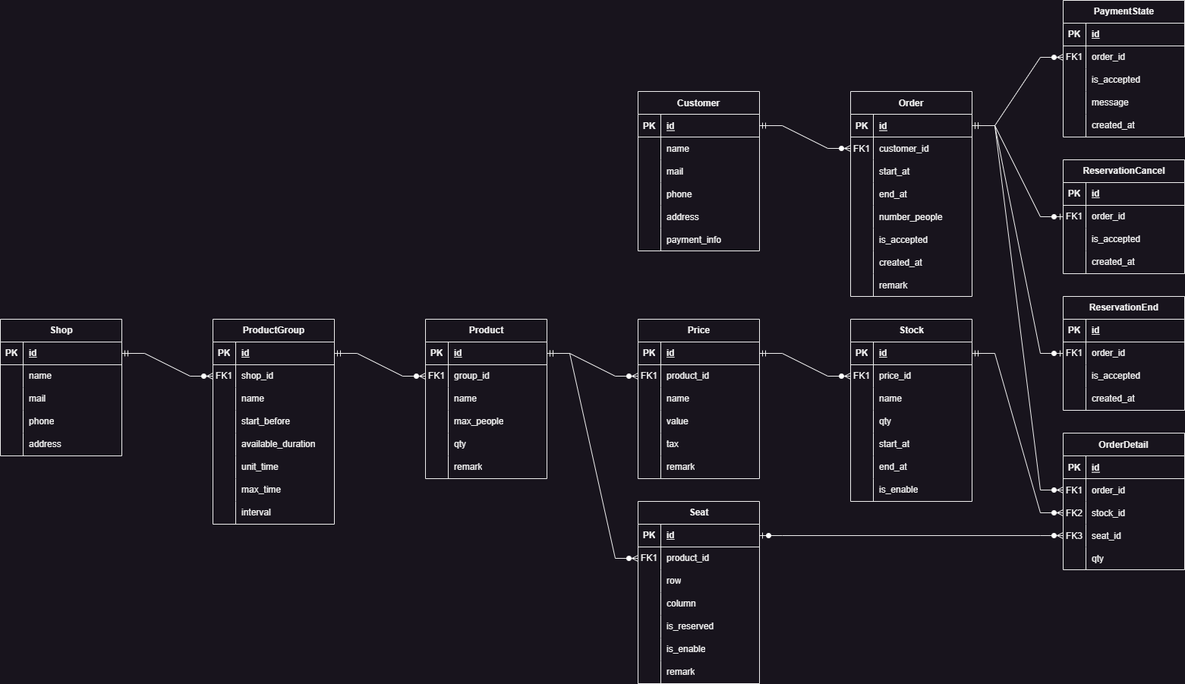
The draw.io diagram doc/ER.drawio.png in omusobadon/Go_APIServer, before a commit. Source tidied: cells renumbered, new cells last; positions are measured from the earlier drawing's top-left corner, leaving out a move shared by most shapes.
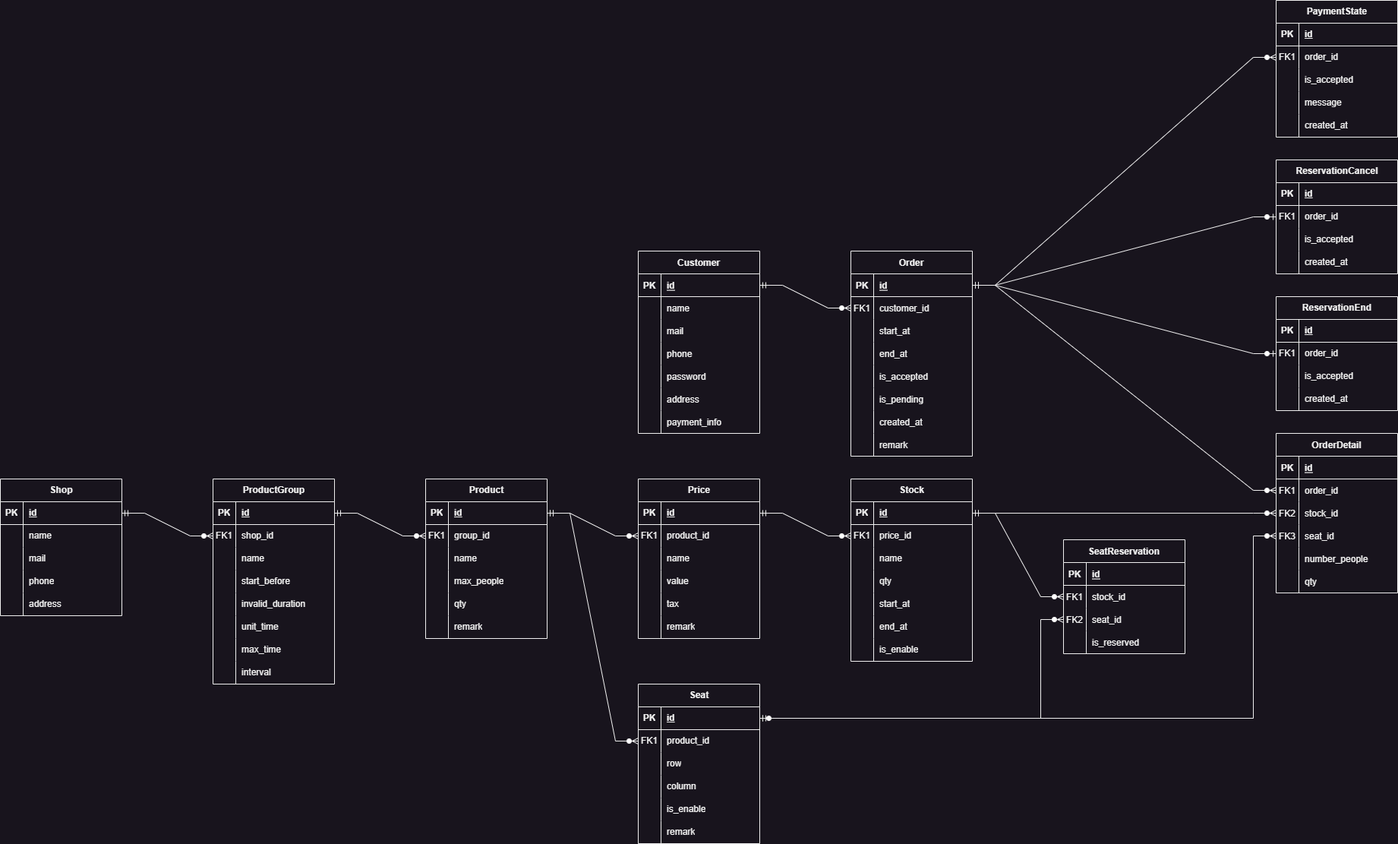
The same file after the commit.

Diff of the diagram source:
```diff
@@ -41,17 +41,8 @@
     <mxCell id="14" value="end_at" style="shape=partialRectangle;overflow=hidden;fillColor=none;top=0;left=0;bottom=0;right=0;align=left;spacingLeft=6;" parent="12" vertex="1">
       <mxGeometry x="30" width="130" height="30" as="geometry" />
     </mxCell>
-    <mxCell id="15" style="shape=partialRectangle;fillColor=none;top=0;left=0;right=0;bottom=0;" parent="2" vertex="1">
-      <mxGeometry y="150" width="160" height="30" as="geometry" />
-    </mxCell>
-    <mxCell id="16" style="shape=partialRectangle;overflow=hidden;fillColor=none;top=0;left=0;bottom=0;right=0;" parent="15" vertex="1">
-      <mxGeometry width="30" height="30" as="geometry" />
-    </mxCell>
-    <mxCell id="17" value="number_people" style="shape=partialRectangle;overflow=hidden;fillColor=none;top=0;left=0;bottom=0;right=0;align=left;spacingLeft=6;" parent="15" vertex="1">
-      <mxGeometry x="30" width="130" height="30" as="geometry" />
-    </mxCell>
     <mxCell id="18" style="shape=partialRectangle;fillColor=none;top=0;left=0;right=0;bottom=0;" parent="2" vertex="1">
-      <mxGeometry y="180" width="160" height="30" as="geometry" />
+      <mxGeometry y="150" width="160" height="30" as="geometry" />
     </mxCell>
     <mxCell id="19" style="shape=partialRectangle;overflow=hidden;fillColor=none;top=0;left=0;bottom=0;right=0;" parent="18" vertex="1">
       <mxGeometry width="30" height="30" as="geometry" />
@@ -59,6 +50,15 @@
     <mxCell id="20" value="is_accepted" style="shape=partialRectangle;overflow=hidden;fillColor=none;top=0;left=0;bottom=0;right=0;align=left;spacingLeft=6;" parent="18" vertex="1">
       <mxGeometry x="30" width="130" height="30" as="geometry" />
     </mxCell>
+    <mxCell id="239" style="shape=partialRectangle;fillColor=none;top=0;left=0;right=0;bottom=0;" parent="2" vertex="1">
+      <mxGeometry y="180" width="160" height="30" as="geometry" />
+    </mxCell>
+    <mxCell id="240" style="shape=partialRectangle;overflow=hidden;fillColor=none;top=0;left=0;bottom=0;right=0;" parent="239" vertex="1">
+      <mxGeometry width="30" height="30" as="geometry" />
+    </mxCell>
+    <mxCell id="241" value="is_pending" style="shape=partialRectangle;overflow=hidden;fillColor=none;top=0;left=0;bottom=0;right=0;align=left;spacingLeft=6;" parent="239" vertex="1">
+      <mxGeometry x="30" width="130" height="30" as="geometry" />
+    </mxCell>
     <mxCell id="21" style="shape=partialRectangle;fillColor=none;top=0;left=0;right=0;bottom=0;" parent="2" vertex="1">
       <mxGeometry y="210" width="160" height="30" as="geometry" />
     </mxCell>
@@ -78,7 +78,7 @@
       <mxGeometry x="30" width="130" height="30" as="geometry" />
     </mxCell>
     <mxCell id="27" value="Customer" style="shape=table;startSize=30;rowLines=0;fontStyle=1;align=center;" parent="1" vertex="1">
-      <mxGeometry x="840" y="120" width="160" height="210" as="geometry" />
+      <mxGeometry x="840" y="120" width="160" height="240" as="geometry" />
     </mxCell>
     <mxCell id="28" style="shape=partialRectangle;fillColor=none;points=[[0,0.5],[1,0.5]];portConstraint=eastwest;top=0;left=0;right=0;bottom=1;" parent="27" vertex="1">
       <mxGeometry y="30" width="160" height="30" as="geometry" />
@@ -116,8 +116,17 @@
     <mxCell id="39" value="phone" style="shape=partialRectangle;overflow=hidden;fillColor=none;top=0;left=0;bottom=0;right=0;align=left;spacingLeft=6;" parent="37" vertex="1">
       <mxGeometry x="30" width="130" height="30" as="geometry" />
     </mxCell>
+    <mxCell id="242" style="shape=partialRectangle;fillColor=none;top=0;left=0;right=0;bottom=0;" parent="27" vertex="1">
+      <mxGeometry y="150" width="160" height="30" as="geometry" />
+    </mxCell>
+    <mxCell id="243" style="shape=partialRectangle;overflow=hidden;fillColor=none;top=0;left=0;bottom=0;right=0;" parent="242" vertex="1">
+      <mxGeometry width="30" height="30" as="geometry" />
+    </mxCell>
+    <mxCell id="244" value="password" style="shape=partialRectangle;overflow=hidden;fillColor=none;top=0;left=0;bottom=0;right=0;align=left;spacingLeft=6;" parent="242" vertex="1">
+      <mxGeometry x="30" width="130" height="30" as="geometry" />
+    </mxCell>
     <mxCell id="40" style="shape=partialRectangle;fillColor=none;top=0;left=0;right=0;bottom=0;" parent="27" vertex="1">
-      <mxGeometry y="150" width="160" height="30" as="geometry" />
+      <mxGeometry y="180" width="160" height="30" as="geometry" />
     </mxCell>
     <mxCell id="41" style="shape=partialRectangle;overflow=hidden;fillColor=none;top=0;left=0;bottom=0;right=0;" parent="40" vertex="1">
       <mxGeometry width="30" height="30" as="geometry" />
@@ -126,7 +135,7 @@
       <mxGeometry x="30" width="130" height="30" as="geometry" />
     </mxCell>
     <mxCell id="43" style="shape=partialRectangle;fillColor=none;top=0;left=0;right=0;bottom=0;" parent="27" vertex="1">
-      <mxGeometry y="180" width="160" height="30" as="geometry" />
+      <mxGeometry y="210" width="160" height="30" as="geometry" />
     </mxCell>
     <mxCell id="44" style="shape=partialRectangle;overflow=hidden;fillColor=none;top=0;left=0;bottom=0;right=0;" parent="43" vertex="1">
       <mxGeometry width="30" height="30" as="geometry" />
@@ -236,7 +245,7 @@
     <mxCell id="79" style="shape=partialRectangle;fillColor=none;top=0;left=0;bottom=0;right=0;overflow=hidden;whiteSpace=wrap;html=1;" parent="78" vertex="1">
       <mxGeometry width="30" height="30" as="geometry" />
     </mxCell>
-    <mxCell id="80" value="available_duration" style="shape=partialRectangle;fillColor=none;top=0;left=0;bottom=0;right=0;align=left;spacingLeft=6;overflow=hidden;whiteSpace=wrap;html=1;" parent="78" vertex="1">
+    <mxCell id="80" value="invalid_duration" style="shape=partialRectangle;fillColor=none;top=0;left=0;bottom=0;right=0;align=left;spacingLeft=6;overflow=hidden;whiteSpace=wrap;html=1;" parent="78" vertex="1">
       <mxGeometry x="30" width="130" height="30" as="geometry" />
     </mxCell>
     <mxCell id="81" style="shape=tableRow;horizontal=0;startSize=0;swimlaneHead=0;swimlaneBody=0;fillColor=none;top=0;left=0;right=0;bottom=0;" parent="65" vertex="1">
@@ -267,7 +276,7 @@
       <mxGeometry x="30" width="130" height="30" as="geometry" />
     </mxCell>
     <mxCell id="90" value="Seat" style="shape=table;startSize=30;rowLines=0;fontStyle=1;align=center;html=1;" parent="1" vertex="1">
-      <mxGeometry x="840" y="660" width="160" height="240" as="geometry" />
+      <mxGeometry x="840" y="690" width="160" height="210" as="geometry" />
     </mxCell>
     <mxCell id="91" style="shape=tableRow;horizontal=0;startSize=0;swimlaneHead=0;swimlaneBody=0;fillColor=none;points=[[0,0.5],[1,0.5]];portConstraint=eastwest;top=0;left=0;right=0;bottom=1;" parent="90" vertex="1">
       <mxGeometry y="30" width="160" height="30" as="geometry" />
@@ -305,17 +314,8 @@
     <mxCell id="102" value="column" style="shape=partialRectangle;fillColor=none;top=0;left=0;bottom=0;right=0;align=left;spacingLeft=6;overflow=hidden;whiteSpace=wrap;html=1;" parent="100" vertex="1">
       <mxGeometry x="30" width="130" height="30" as="geometry" />
     </mxCell>
-    <mxCell id="103" style="shape=tableRow;horizontal=0;startSize=0;swimlaneHead=0;swimlaneBody=0;fillColor=none;top=0;left=0;right=0;bottom=0;" parent="90" vertex="1">
-      <mxGeometry y="150" width="160" height="30" as="geometry" />
-    </mxCell>
-    <mxCell id="104" style="shape=partialRectangle;fillColor=none;top=0;left=0;bottom=0;right=0;overflow=hidden;whiteSpace=wrap;html=1;" parent="103" vertex="1">
-      <mxGeometry width="30" height="30" as="geometry" />
-    </mxCell>
-    <mxCell id="105" value="is_reserved" style="shape=partialRectangle;fillColor=none;top=0;left=0;bottom=0;right=0;align=left;spacingLeft=6;overflow=hidden;whiteSpace=wrap;html=1;" parent="103" vertex="1">
-      <mxGeometry x="30" width="130" height="30" as="geometry" />
-    </mxCell>
     <mxCell id="106" style="shape=tableRow;horizontal=0;startSize=0;swimlaneHead=0;swimlaneBody=0;fillColor=none;top=0;left=0;right=0;bottom=0;" parent="90" vertex="1">
-      <mxGeometry y="180" width="160" height="30" as="geometry" />
+      <mxGeometry y="150" width="160" height="30" as="geometry" />
     </mxCell>
     <mxCell id="107" style="shape=partialRectangle;fillColor=none;top=0;left=0;bottom=0;right=0;overflow=hidden;whiteSpace=wrap;html=1;" parent="106" vertex="1">
       <mxGeometry width="30" height="30" as="geometry" />
@@ -324,7 +324,7 @@
       <mxGeometry x="30" width="130" height="30" as="geometry" />
     </mxCell>
     <mxCell id="109" style="shape=tableRow;horizontal=0;startSize=0;swimlaneHead=0;swimlaneBody=0;fillColor=none;top=0;left=0;right=0;bottom=0;" parent="90" vertex="1">
-      <mxGeometry y="210" width="160" height="30" as="geometry" />
+      <mxGeometry y="180" width="160" height="30" as="geometry" />
     </mxCell>
     <mxCell id="110" style="shape=partialRectangle;fillColor=none;top=0;left=0;bottom=0;right=0;overflow=hidden;whiteSpace=wrap;html=1;" parent="109" vertex="1">
       <mxGeometry width="30" height="30" as="geometry" />
@@ -410,8 +410,13 @@
     <mxCell id="137" style="edgeStyle=entityRelationEdgeStyle;fontSize=12;html=1;endArrow=ERzeroToMany;startArrow=ERmandOne;rounded=0;exitX=1;exitY=0.5;exitDx=0;exitDy=0;entryX=0;entryY=0.5;entryDx=0;entryDy=0;" parent="1" edge="1" source="113" target="182">
       <mxGeometry relative="1" as="geometry" />
     </mxCell>
-    <mxCell id="138" style="edgeStyle=entityRelationEdgeStyle;fontSize=12;html=1;endArrow=ERzeroToMany;startArrow=ERzeroToOne;rounded=0;exitX=1;exitY=0.5;exitDx=0;exitDy=0;entryX=0;entryY=0.5;entryDx=0;entryDy=0;" parent="1" edge="1" source="91" target="185">
-      <mxGeometry relative="1" as="geometry" />
+    <mxCell id="138" style="edgeStyle=orthogonalEdgeStyle;fontSize=12;html=1;endArrow=ERzeroToMany;startArrow=ERzeroToOne;rounded=0;exitX=1;exitY=0.5;exitDx=0;exitDy=0;entryX=0;entryY=0.5;entryDx=0;entryDy=0;" parent="1" edge="1" source="91" target="185">
+      <mxGeometry relative="1" as="geometry">
+        <Array as="points">
+          <mxPoint x="1650" y="735" />
+          <mxPoint x="1650" y="495" />
+        </Array>
+      </mxGeometry>
     </mxCell>
     <mxCell id="139" value="Price" style="shape=table;startSize=30;rowLines=0;fontStyle=1;align=center;html=1;" parent="1" vertex="1">
       <mxGeometry x="840" y="420" width="160" height="210" as="geometry" />
@@ -471,7 +476,7 @@
       <mxGeometry x="30" width="130" height="30" as="geometry" />
     </mxCell>
     <mxCell id="158" value="PaymentState" style="shape=table;startSize=30;rowLines=0;fontStyle=1;align=center;html=1;" parent="1" vertex="1">
-      <mxGeometry x="1400" width="160" height="180" as="geometry" />
+      <mxGeometry x="1680" y="-210" width="160" height="180" as="geometry" />
     </mxCell>
     <mxCell id="159" style="shape=tableRow;horizontal=0;startSize=0;swimlaneHead=0;swimlaneBody=0;fillColor=none;top=0;left=0;right=0;bottom=1;" parent="158" vertex="1">
       <mxGeometry y="30" width="160" height="30" as="geometry" />
@@ -522,7 +527,7 @@
       <mxGeometry relative="1" as="geometry" />
     </mxCell>
     <mxCell id="175" value="OrderDetail" style="shape=table;startSize=30;rowLines=0;fontStyle=1;align=center;" parent="1" vertex="1">
-      <mxGeometry x="1400" y="570" width="160" height="180" as="geometry" />
+      <mxGeometry x="1680" y="360" width="160" height="210" as="geometry" />
     </mxCell>
     <mxCell id="176" style="shape=partialRectangle;fillColor=none;top=0;left=0;right=0;bottom=1;" parent="175" vertex="1">
       <mxGeometry y="30" width="160" height="30" as="geometry" />
@@ -560,8 +565,17 @@
     <mxCell id="187" value="seat_id" style="shape=partialRectangle;overflow=hidden;fillColor=none;top=0;left=0;bottom=0;right=0;align=left;spacingLeft=6;" parent="185" vertex="1">
       <mxGeometry x="30" width="130" height="30" as="geometry" />
     </mxCell>
+    <mxCell id="245" style="shape=partialRectangle;fillColor=none;top=0;left=0;right=0;bottom=0;" parent="175" vertex="1">
+      <mxGeometry y="150" width="160" height="30" as="geometry" />
+    </mxCell>
+    <mxCell id="246" style="shape=partialRectangle;overflow=hidden;fillColor=none;top=0;left=0;bottom=0;right=0;" parent="245" vertex="1">
+      <mxGeometry width="30" height="30" as="geometry" />
+    </mxCell>
+    <mxCell id="17" value="number_people" style="shape=partialRectangle;overflow=hidden;fillColor=none;top=0;left=0;bottom=0;right=0;align=left;spacingLeft=6;" parent="245" vertex="1">
+      <mxGeometry x="30" width="130" height="30" as="geometry" />
+    </mxCell>
     <mxCell id="188" style="shape=partialRectangle;fillColor=none;top=0;left=0;right=0;bottom=0;" parent="175" vertex="1">
-      <mxGeometry y="150" width="160" height="30" as="geometry" />
+      <mxGeometry y="180" width="160" height="30" as="geometry" />
     </mxCell>
     <mxCell id="189" style="shape=partialRectangle;overflow=hidden;fillColor=none;top=0;left=0;bottom=0;right=0;" parent="188" vertex="1">
       <mxGeometry width="30" height="30" as="geometry" />
@@ -573,7 +587,7 @@
       <mxGeometry relative="1" as="geometry" />
     </mxCell>
     <mxCell id="192" value="ReservationCancel" style="shape=table;startSize=30;rowLines=0;fontStyle=1;align=center;html=1;" parent="1" vertex="1">
-      <mxGeometry x="1400" y="210" width="160" height="150" as="geometry" />
+      <mxGeometry x="1680" width="160" height="150" as="geometry" />
     </mxCell>
     <mxCell id="193" style="shape=tableRow;horizontal=0;startSize=0;swimlaneHead=0;swimlaneBody=0;fillColor=none;top=0;left=0;right=0;bottom=1;" parent="192" vertex="1">
       <mxGeometry y="30" width="160" height="30" as="geometry" />
@@ -615,7 +629,7 @@
       <mxGeometry relative="1" as="geometry" />
     </mxCell>
     <mxCell id="206" value="ReservationEnd" style="shape=table;startSize=30;rowLines=0;fontStyle=1;align=center;html=1;" parent="1" vertex="1">
-      <mxGeometry x="1400" y="390" width="160" height="150" as="geometry" />
+      <mxGeometry x="1680" y="180" width="160" height="150" as="geometry" />
     </mxCell>
     <mxCell id="207" style="shape=tableRow;horizontal=0;startSize=0;swimlaneHead=0;swimlaneBody=0;fillColor=none;top=0;left=0;right=0;bottom=1;" parent="206" vertex="1">
       <mxGeometry y="30" width="160" height="30" as="geometry" />
@@ -713,5 +727,55 @@
     <mxCell id="238" style="edgeStyle=entityRelationEdgeStyle;fontSize=12;html=1;endArrow=ERzeroToMany;startArrow=ERmandOne;rounded=0;exitX=1;exitY=0.5;exitDx=0;exitDy=0;entryX=0;entryY=0.5;entryDx=0;entryDy=0;" parent="1" edge="1" source="3" target="162">
       <mxGeometry relative="1" as="geometry" />
     </mxCell>
+    <mxCell id="247" value="SeatReservation" style="shape=table;startSize=30;rowLines=0;fontStyle=1;align=center;" parent="1" vertex="1">
+      <mxGeometry x="1400" y="500" width="160" height="150" as="geometry" />
+    </mxCell>
+    <mxCell id="248" style="shape=partialRectangle;fillColor=none;top=0;left=0;right=0;bottom=1;" parent="247" vertex="1">
+      <mxGeometry y="30" width="160" height="30" as="geometry" />
+    </mxCell>
+    <mxCell id="249" value="PK" style="shape=partialRectangle;overflow=hidden;fillColor=none;top=0;left=0;bottom=0;right=0;fontStyle=1;" parent="248" vertex="1">
+      <mxGeometry width="30" height="30" as="geometry" />
+    </mxCell>
+    <mxCell id="250" value="id" style="shape=partialRectangle;overflow=hidden;fillColor=none;top=0;left=0;bottom=0;right=0;align=left;spacingLeft=6;fontStyle=5;" parent="248" vertex="1">
+      <mxGeometry x="30" width="130" height="30" as="geometry" />
+    </mxCell>
+    <mxCell id="251" style="shape=partialRectangle;fillColor=none;points=[[0,0.5],[1,0.5]];portConstraint=eastwest;top=0;left=0;right=0;bottom=0;" parent="247" vertex="1">
+      <mxGeometry y="60" width="160" height="30" as="geometry" />
+    </mxCell>
+    <mxCell id="252" value="FK1" style="shape=partialRectangle;overflow=hidden;fillColor=none;top=0;left=0;bottom=0;right=0;" parent="251" vertex="1">
+      <mxGeometry width="30" height="30" as="geometry" />
+    </mxCell>
+    <mxCell id="253" value="stock_id" style="shape=partialRectangle;overflow=hidden;fillColor=none;top=0;left=0;bottom=0;right=0;align=left;spacingLeft=6;" parent="251" vertex="1">
+      <mxGeometry x="30" width="130" height="30" as="geometry" />
+    </mxCell>
+    <mxCell id="254" style="shape=partialRectangle;fillColor=none;points=[[0,0.5],[1,0.5]];portConstraint=eastwest;top=0;left=0;right=0;bottom=0;" parent="247" vertex="1">
+      <mxGeometry y="90" width="160" height="30" as="geometry" />
+    </mxCell>
+    <mxCell id="255" value="FK2" style="shape=partialRectangle;overflow=hidden;fillColor=none;top=0;left=0;bottom=0;right=0;" parent="254" vertex="1">
+      <mxGeometry width="30" height="30" as="geometry" />
+    </mxCell>
+    <mxCell id="256" value="seat_id" style="shape=partialRectangle;overflow=hidden;fillColor=none;top=0;left=0;bottom=0;right=0;align=left;spacingLeft=6;" parent="254" vertex="1">
+      <mxGeometry x="30" width="130" height="30" as="geometry" />
+    </mxCell>
+    <mxCell id="257" style="shape=partialRectangle;fillColor=none;top=0;left=0;right=0;bottom=0;" parent="247" vertex="1">
+      <mxGeometry y="120" width="160" height="30" as="geometry" />
+    </mxCell>
+    <mxCell id="258" style="shape=partialRectangle;overflow=hidden;fillColor=none;top=0;left=0;bottom=0;right=0;" parent="257" vertex="1">
+      <mxGeometry width="30" height="30" as="geometry" />
+    </mxCell>
+    <mxCell id="105" value="is_reserved" style="shape=partialRectangle;overflow=hidden;fillColor=none;top=0;left=0;bottom=0;right=0;align=left;spacingLeft=6;" parent="257" vertex="1">
+      <mxGeometry x="30" width="130" height="30" as="geometry" />
+    </mxCell>
+    <mxCell id="259" style="edgeStyle=entityRelationEdgeStyle;fontSize=12;html=1;endArrow=ERzeroToMany;startArrow=ERmandOne;rounded=0;exitX=1;exitY=0.5;exitDx=0;exitDy=0;entryX=0;entryY=0.5;entryDx=0;entryDy=0;" parent="1" edge="1" source="113" target="251">
+      <mxGeometry relative="1" as="geometry" />
+    </mxCell>
+    <mxCell id="260" style="edgeStyle=orthogonalEdgeStyle;fontSize=12;html=1;endArrow=ERzeroToMany;startArrow=ERmandOne;rounded=0;exitX=1;exitY=0.5;exitDx=0;exitDy=0;entryX=0;entryY=0.5;entryDx=0;entryDy=0;" parent="1" edge="1" source="91" target="254">
+      <mxGeometry relative="1" as="geometry">
+        <Array as="points">
+          <mxPoint x="1370" y="735" />
+          <mxPoint x="1370" y="605" />
+        </Array>
+      </mxGeometry>
+    </mxCell>
   </root>
 </mxGraphModel>
```
